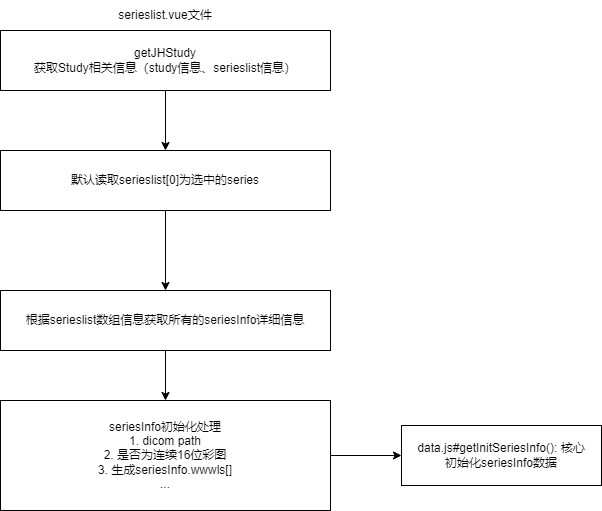
The draw.io diagram viewer数据流.drawio.png in JYbill/draw, before a commit. Source tidied: cells renumbered, new cells last; positions are measured from the earlier drawing's top-left corner, leaving out a move shared by most shapes.
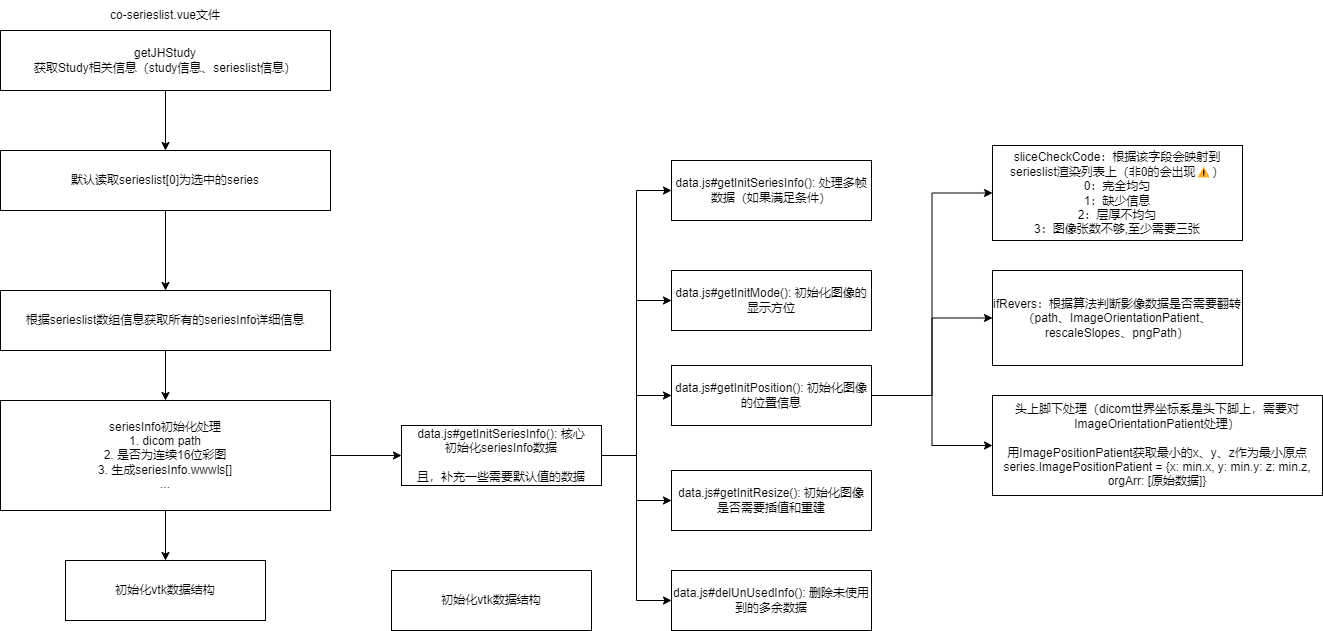
Later version of the same file.

Commit message:
更新viewer数据流.drawio.png

What changed in the source:
```diff
@@ -23,14 +23,71 @@
     <mxCell id="8" style="edgeStyle=orthogonalEdgeStyle;rounded=0;jettySize=auto;html=1;exitX=1;exitY=0.5;exitDx=0;exitDy=0;" parent="1" edge="1" source="9" target="10">
       <mxGeometry relative="1" as="geometry" />
     </mxCell>
+    <mxCell id="12" style="edgeStyle=orthogonalEdgeStyle;rounded=0;jettySize=auto;html=1;exitX=0.5;exitY=1;exitDx=0;exitDy=0;" parent="1" edge="1" source="9" target="18">
+      <mxGeometry relative="1" as="geometry" />
+    </mxCell>
     <mxCell id="9" value="seriesInfo初始化处理&lt;br&gt;1. dicom path&lt;br&gt;2. 是否为连续16位彩图&lt;br&gt;3. 生成seriesInfo.wwwls[]&lt;br&gt;..." style="rounded=0;whiteSpace=wrap;html=1;" parent="1" vertex="1">
       <mxGeometry y="400" width="330" height="110" as="geometry" />
     </mxCell>
+    <mxCell id="13" style="edgeStyle=orthogonalEdgeStyle;rounded=0;jettySize=auto;html=1;exitX=1;exitY=0.5;exitDx=0;exitDy=0;entryX=0;entryY=0.5;entryDx=0;entryDy=0;" parent="1" edge="1" source="10" target="20">
+      <mxGeometry relative="1" as="geometry" />
+    </mxCell>
+    <mxCell id="14" style="edgeStyle=orthogonalEdgeStyle;rounded=0;jettySize=auto;html=1;exitX=1;exitY=0.5;exitDx=0;exitDy=0;entryX=0;entryY=0.5;entryDx=0;entryDy=0;" parent="1" edge="1" source="10" target="21">
+      <mxGeometry relative="1" as="geometry" />
+    </mxCell>
+    <mxCell id="15" style="edgeStyle=orthogonalEdgeStyle;rounded=0;jettySize=auto;html=1;exitX=1;exitY=0.5;exitDx=0;exitDy=0;" parent="1" edge="1" source="10" target="25">
+      <mxGeometry relative="1" as="geometry" />
+    </mxCell>
+    <mxCell id="16" style="edgeStyle=orthogonalEdgeStyle;rounded=0;jettySize=auto;html=1;exitX=1;exitY=0.5;exitDx=0;exitDy=0;entryX=0;entryY=0.5;entryDx=0;entryDy=0;" parent="1" edge="1" source="10" target="29">
+      <mxGeometry relative="1" as="geometry" />
+    </mxCell>
+    <mxCell id="17" style="edgeStyle=orthogonalEdgeStyle;rounded=0;jettySize=auto;html=1;exitX=1;exitY=0.5;exitDx=0;exitDy=0;entryX=0;entryY=0.5;entryDx=0;entryDy=0;" parent="1" edge="1" source="10" target="30">
+      <mxGeometry relative="1" as="geometry" />
+    </mxCell>
-    <mxCell id="10" value="data.js#getInitSeriesInfo(): 核心&lt;br&gt;初始化seriesInfo数据" style="rounded=0;whiteSpace=wrap;html=1;" parent="1" vertex="1">
+    <mxCell id="10" value="data.js#getInitSeriesInfo(): 核心&lt;br&gt;初始化seriesInfo数据&lt;br&gt;&lt;br&gt;且，补充一些需要默认值的数据" style="rounded=0;whiteSpace=wrap;html=1;" parent="1" vertex="1">
       <mxGeometry x="401" y="425" width="200" height="60" as="geometry" />
     </mxCell>
-    <mxCell id="11" value="serieslist.vue文件" style="text;html=1;align=center;verticalAlign=middle;whiteSpace=wrap;rounded=0;" parent="1" vertex="1">
+    <mxCell id="11" value="co-serieslist.vue文件" style="text;html=1;align=center;verticalAlign=middle;whiteSpace=wrap;rounded=0;" parent="1" vertex="1">
       <mxGeometry x="97" width="136" height="30" as="geometry" />
     </mxCell>
+    <mxCell id="18" value="初始化vtk数据结构" style="rounded=0;whiteSpace=wrap;html=1;" parent="1" vertex="1">
+      <mxGeometry x="65" y="560" width="200" height="60" as="geometry" />
+    </mxCell>
+    <mxCell id="19" value="初始化vtk数据结构" style="rounded=0;whiteSpace=wrap;html=1;" parent="1" vertex="1">
+      <mxGeometry x="391" y="570" width="200" height="60" as="geometry" />
+    </mxCell>
+    <mxCell id="20" value="data.js#getInitSeriesInfo(): 处理多帧数据（如果满足条件）" style="rounded=0;whiteSpace=wrap;html=1;" parent="1" vertex="1">
+      <mxGeometry x="671" y="160" width="200" height="60" as="geometry" />
+    </mxCell>
+    <mxCell id="21" value="data.js#getInitMode(): 初始化图像的显示方位" style="rounded=0;whiteSpace=wrap;html=1;" parent="1" vertex="1">
+      <mxGeometry x="671" y="270" width="200" height="60" as="geometry" />
+    </mxCell>
+    <mxCell id="22" style="edgeStyle=orthogonalEdgeStyle;rounded=0;jettySize=auto;html=1;exitX=1;exitY=0.5;exitDx=0;exitDy=0;entryX=0;entryY=0.5;entryDx=0;entryDy=0;" parent="1" edge="1" source="25" target="26">
+      <mxGeometry relative="1" as="geometry" />
+    </mxCell>
+    <mxCell id="23" style="edgeStyle=orthogonalEdgeStyle;rounded=0;jettySize=auto;html=1;exitX=1;exitY=0.5;exitDx=0;exitDy=0;" parent="1" edge="1" source="25" target="27">
+      <mxGeometry relative="1" as="geometry" />
+    </mxCell>
+    <mxCell id="24" style="edgeStyle=orthogonalEdgeStyle;rounded=0;jettySize=auto;html=1;exitX=1;exitY=0.5;exitDx=0;exitDy=0;entryX=0;entryY=0.5;entryDx=0;entryDy=0;" parent="1" edge="1" source="25" target="28">
+      <mxGeometry relative="1" as="geometry" />
+    </mxCell>
+    <mxCell id="25" value="data.js#getInitPosition(): 初始化图像的位置信息" style="rounded=0;whiteSpace=wrap;html=1;" parent="1" vertex="1">
+      <mxGeometry x="671" y="365" width="200" height="60" as="geometry" />
+    </mxCell>
+    <mxCell id="26" value="sliceCheckCode：根据该字段会映射到serieslist渲染列表上（非0的会出现⚠️）&lt;br&gt;0：完全均匀&lt;br&gt;1：缺少信息&lt;br&gt;2：层厚不均匀&lt;br&gt;3：图像张数不够,至少需要三张" style="rounded=0;whiteSpace=wrap;html=1;" parent="1" vertex="1">
+      <mxGeometry x="992" y="145" width="250" height="95" as="geometry" />
+    </mxCell>
+    <mxCell id="27" value="ifRevers：根据算法判断影像数据是否需要翻转（path、ImageOrientationPatient、rescaleSlopes、pngPath）" style="rounded=0;whiteSpace=wrap;html=1;" parent="1" vertex="1">
+      <mxGeometry x="992" y="270" width="250" height="95" as="geometry" />
+    </mxCell>
+    <mxCell id="28" value="头上脚下处理（dicom世界坐标系是头下脚上，需要对ImageOrientationPatient处理）&lt;br&gt;&lt;br&gt;用ImagePositionPatient获取最小的x、y、z作为最小原点&lt;br&gt;series.ImagePositionPatient = {x: min.x, y: min.y: z: min.z, orgArr: [原始数据]}" style="rounded=0;whiteSpace=wrap;html=1;" parent="1" vertex="1">
+      <mxGeometry x="992" y="395" width="330" height="100" as="geometry" />
+    </mxCell>
+    <mxCell id="29" value="data.js#getInitResize():&amp;nbsp;初始化图像是否需要插值和重建" style="rounded=0;whiteSpace=wrap;html=1;" parent="1" vertex="1">
+      <mxGeometry x="671" y="470" width="200" height="60" as="geometry" />
+    </mxCell>
+    <mxCell id="30" value="data.js#delUnUsedInfo(): 删除未使用到的多余数据" style="rounded=0;whiteSpace=wrap;html=1;" parent="1" vertex="1">
+      <mxGeometry x="671" y="570" width="200" height="60" as="geometry" />
+    </mxCell>
   </root>
 </mxGraphModel>
```
